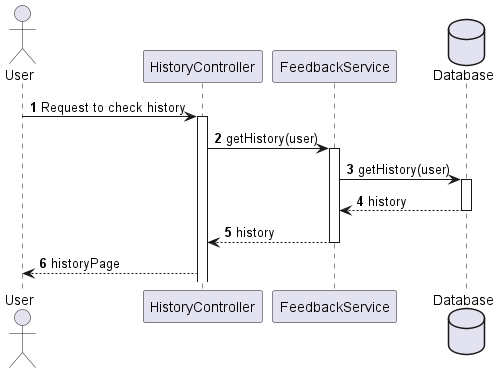
Before: Check_History_Sequence_Diagram.png, a diagram exported from PlantUML (ikolton/MOproject). Its diagram source:
```plantuml
@startuml Check History Sequence Diagram

autonumber

actor User as U
participant HistoryController as HC
participant FeedbackService as FS
database Database as DB

U -> HC: Request to check history
activate HC
HC -> FS: getHistory(user)
activate FS
FS -> DB: getHistory(user)
activate DB
DB --> FS: history
deactivate DB
FS --> HC: history
deactivate FS
HC --> U: historyPage

@enduml
```
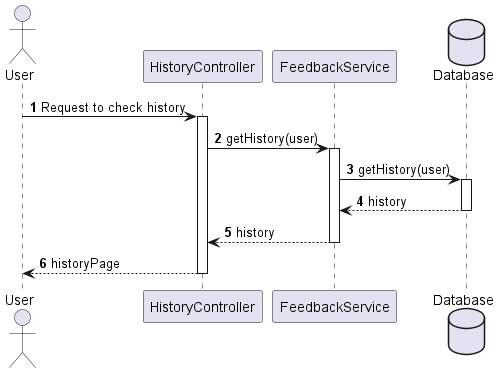
After the commit.

What changed in the source:
```diff
@@ -18,5 +18,6 @@
 FS --> HC: history
 deactivate FS
 HC --> U: historyPage
+deactivate HC
 
 @enduml
```
